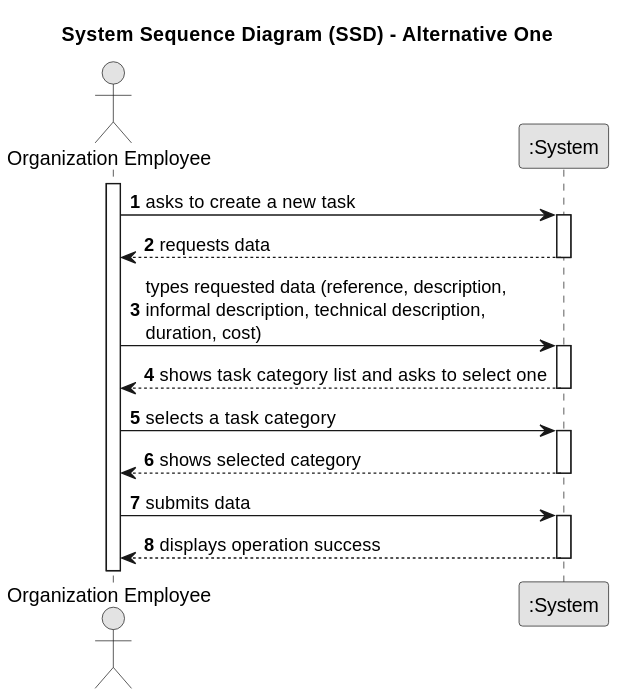
Earlier version of the PlantUML export docs/sprintA/us003/01.requirements-engineering/svg/us006-system-sequence-diagram-alternative-one.svg (rita-barbosa/LAPR2-2223).
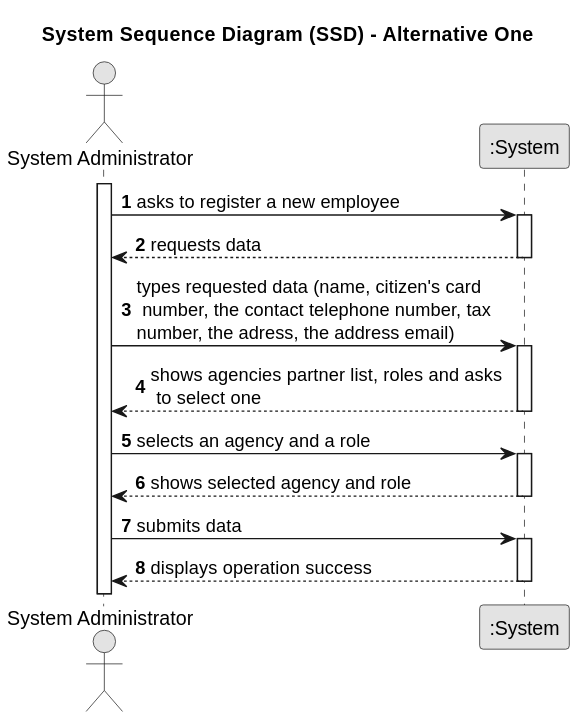
Later version of the same file.

The edit, as a diff of the source:
```diff
@@ -7,27 +7,27 @@
 
 autonumber
 
-actor "Organization Employee" as Employee
+actor "System Administrator" as Employee
 participant ":System" as System
 
 activate Employee
 
-    Employee -> System : asks to create a new task
+    Employee -> System : asks to register a new employee
     activate System
 
         System --> Employee : requests data
     deactivate System
 
-    Employee -> System : types requested data (reference, description, \ninformal description, technical description,\nduration, cost)
+    Employee -> System : types requested data (name, citizen's card\n number, the contact telephone number, tax\nnumber, the adress, the address email)
     activate System
 
-        System --> Employee : shows task category list and asks to select one
+        System --> Employee : shows agencies partner list, roles and asks \n to select one
     deactivate System
 
-    Employee -> System : selects a task category
+    Employee -> System : selects an agency and a role
     activate System
 
-        System --> Employee : shows selected category
+        System --> Employee : shows selected agency and role
     deactivate System
 
     Employee -> System : submits data
```
